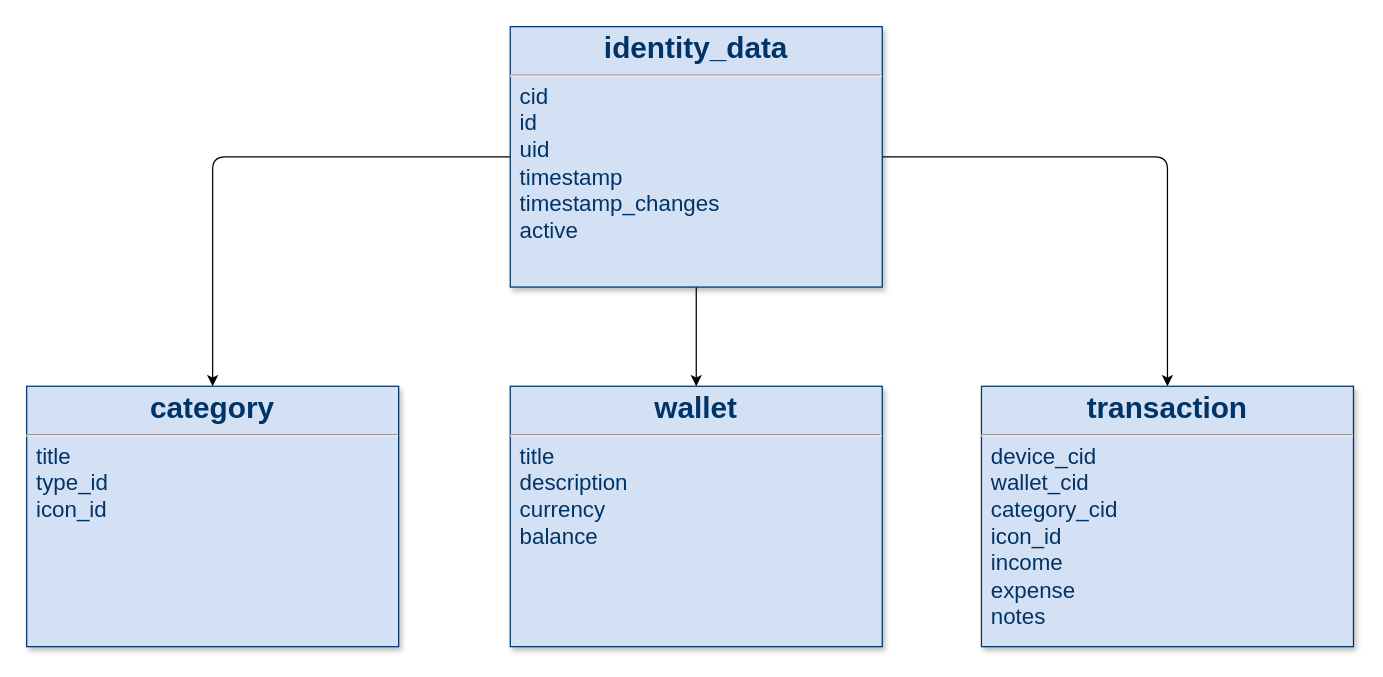
The draw.io diagram keepersy_client.drawio in fits91/schemas, before the edit. Source tidied: cells renumbered, new cells numbered last; positions are measured from the earlier drawing's top-left corner, leaving out a move shared by most shapes. Both pictures are drawn from the tidied source at 124%, with x=0, y=0 at pixel (26, 26).
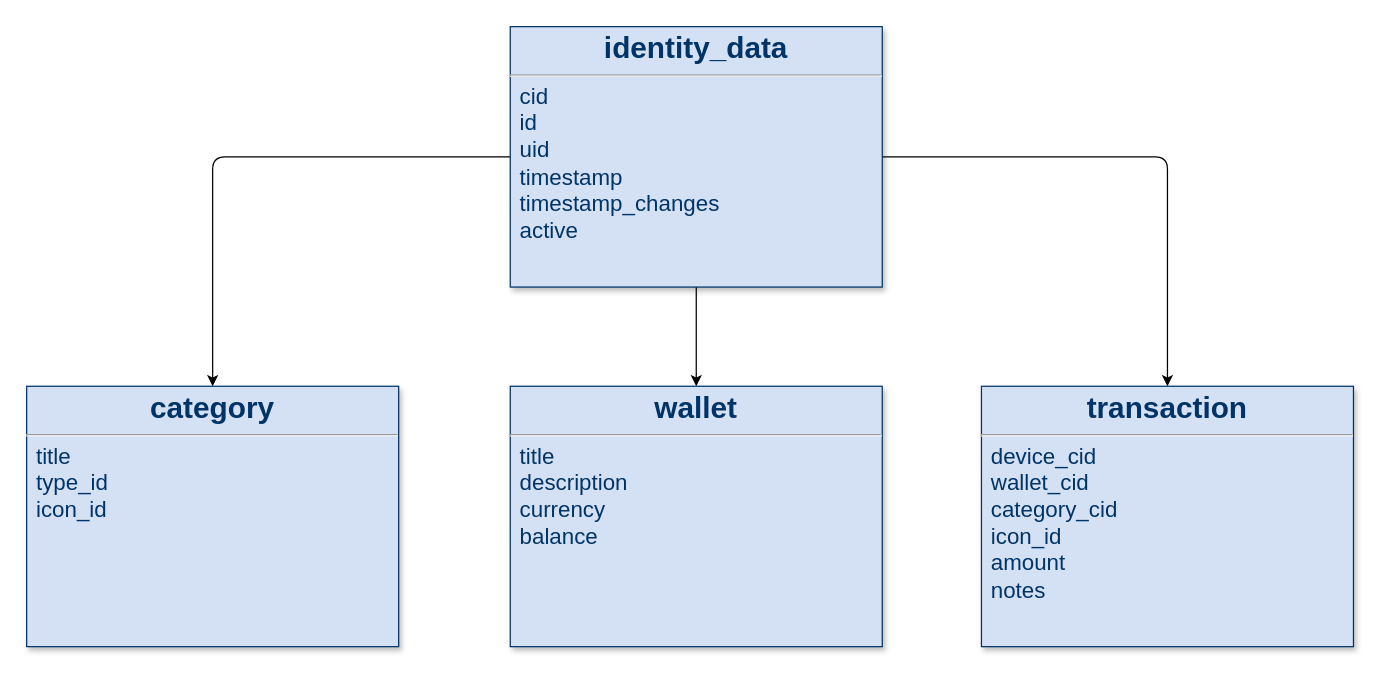
The same page after the edit.

Commit message:
change transaction field

Diff of the diagram source:
```diff
@@
 <mxGraphModel>
   <root>
     <mxCell id="0" />
     <mxCell id="1" parent="0" />
     <mxCell id="2" style="edgeStyle=orthogonalEdgeStyle;rounded=1;jettySize=auto;html=1;fontSize=18;" parent="1" edge="1" source="5" target="6">
       <mxGeometry relative="1" as="geometry" />
     </mxCell>
     <mxCell id="3" style="edgeStyle=orthogonalEdgeStyle;rounded=1;jettySize=auto;html=1;fontSize=18;" parent="1" edge="1" source="5" target="7">
       <mxGeometry relative="1" as="geometry" />
     </mxCell>
     <mxCell id="4" style="edgeStyle=orthogonalEdgeStyle;rounded=1;jettySize=auto;html=1;fontSize=18;" parent="1" edge="1" source="5" target="8">
       <mxGeometry relative="1" as="geometry" />
     </mxCell>
     <mxCell id="5" value="&lt;p style=&quot;margin: 4px 0px 0px ; text-align: center&quot;&gt;&lt;strong&gt;&lt;font style=&quot;font-size: 24px&quot;&gt;identity_data&lt;/font&gt;&lt;/strong&gt;&lt;/p&gt;&lt;hr&gt;&lt;p style=&quot;margin: 0px ; margin-left: 8px&quot;&gt;&lt;font style=&quot;font-size: 18px&quot;&gt;cid&lt;/font&gt;&lt;/p&gt;&lt;p style=&quot;margin: 0px ; margin-left: 8px&quot;&gt;&lt;font style=&quot;font-size: 18px&quot;&gt;id&lt;/font&gt;&lt;/p&gt;&lt;p style=&quot;margin: 0px ; margin-left: 8px&quot;&gt;&lt;font style=&quot;font-size: 18px&quot;&gt;uid&amp;nbsp;&lt;/font&gt;&lt;/p&gt;&lt;p style=&quot;margin: 0px ; margin-left: 8px&quot;&gt;&lt;font style=&quot;font-size: 18px&quot;&gt;timestamp&lt;/font&gt;&lt;/p&gt;&lt;p style=&quot;margin: 0px ; margin-left: 8px&quot;&gt;&lt;font style=&quot;font-size: 18px&quot;&gt;timestamp_changes&lt;/font&gt;&lt;/p&gt;&lt;p style=&quot;margin: 0px ; margin-left: 8px&quot;&gt;&lt;font style=&quot;font-size: 18px&quot;&gt;active&lt;/font&gt;&lt;/p&gt;&lt;p style=&quot;margin: 0px ; margin-left: 8px&quot;&gt;&lt;font size=&quot;3&quot;&gt;&lt;br&gt;&lt;/font&gt;&lt;/p&gt;" style="verticalAlign=top;align=left;overflow=fill;fontSize=12;fontFamily=Helvetica;html=1;strokeColor=#003366;shadow=1;fillColor=#D4E1F5;fontColor=#003366;" parent="1" vertex="1">
       <mxGeometry x="390" width="300" height="210" as="geometry" />
     </mxCell>
     <mxCell id="6" value="&lt;p style=&quot;margin: 4px 0px 0px ; text-align: center&quot;&gt;&lt;strong&gt;&lt;font style=&quot;font-size: 24px&quot;&gt;category&lt;/font&gt;&lt;/strong&gt;&lt;/p&gt;&lt;hr&gt;&lt;p style=&quot;margin: 0px ; margin-left: 8px&quot;&gt;&lt;font size=&quot;4&quot;&gt;title&amp;nbsp;&lt;/font&gt;&lt;/p&gt;&lt;p style=&quot;margin: 0px ; margin-left: 8px&quot;&gt;&lt;font size=&quot;4&quot;&gt;type_id&lt;/font&gt;&lt;/p&gt;&lt;p style=&quot;margin: 0px ; margin-left: 8px&quot;&gt;&lt;font size=&quot;4&quot;&gt;icon_id&lt;/font&gt;&lt;/p&gt;&lt;p style=&quot;margin: 0px ; margin-left: 8px&quot;&gt;&lt;font size=&quot;3&quot;&gt;&lt;br&gt;&lt;/font&gt;&lt;/p&gt;" style="verticalAlign=top;align=left;overflow=fill;fontSize=12;fontFamily=Helvetica;html=1;strokeColor=#003366;shadow=1;fillColor=#D4E1F5;fontColor=#003366;" parent="1" vertex="1">
       <mxGeometry y="290" width="300" height="210" as="geometry" />
     </mxCell>
     <mxCell id="7" value="&lt;p style=&quot;margin: 4px 0px 0px ; text-align: center&quot;&gt;&lt;strong&gt;&lt;font style=&quot;font-size: 24px&quot;&gt;wallet&lt;/font&gt;&lt;/strong&gt;&lt;/p&gt;&lt;hr&gt;&lt;p style=&quot;margin: 0px ; margin-left: 8px&quot;&gt;&lt;font size=&quot;4&quot;&gt;title&lt;/font&gt;&lt;/p&gt;&lt;p style=&quot;margin: 0px ; margin-left: 8px&quot;&gt;&lt;font size=&quot;4&quot;&gt;description&lt;/font&gt;&lt;/p&gt;&lt;p style=&quot;margin: 0px ; margin-left: 8px&quot;&gt;&lt;font size=&quot;4&quot;&gt;currency&lt;/font&gt;&lt;/p&gt;&lt;p style=&quot;margin: 0px ; margin-left: 8px&quot;&gt;&lt;font size=&quot;4&quot;&gt;balance&lt;/font&gt;&lt;/p&gt;&lt;p style=&quot;margin: 0px ; margin-left: 8px&quot;&gt;&lt;font size=&quot;3&quot;&gt;&lt;br&gt;&lt;/font&gt;&lt;/p&gt;" style="verticalAlign=top;align=left;overflow=fill;fontSize=12;fontFamily=Helvetica;html=1;strokeColor=#003366;shadow=1;fillColor=#D4E1F5;fontColor=#003366;" parent="1" vertex="1">
       <mxGeometry x="390" y="290" width="300" height="210" as="geometry" />
     </mxCell>
-    <mxCell id="8" value="&lt;p style=&quot;margin: 4px 0px 0px ; text-align: center&quot;&gt;&lt;strong&gt;&lt;font style=&quot;font-size: 24px&quot;&gt;transaction&lt;/font&gt;&lt;/strong&gt;&lt;/p&gt;&lt;hr&gt;&lt;p style=&quot;margin: 0px ; margin-left: 8px&quot;&gt;&lt;font size=&quot;4&quot;&gt;device_cid&lt;/font&gt;&lt;/p&gt;&lt;p style=&quot;margin: 0px ; margin-left: 8px&quot;&gt;&lt;font size=&quot;4&quot;&gt;wallet_cid&lt;/font&gt;&lt;/p&gt;&lt;p style=&quot;margin: 0px ; margin-left: 8px&quot;&gt;&lt;font size=&quot;4&quot;&gt;category_cid&lt;/font&gt;&lt;br&gt;&lt;/p&gt;&lt;p style=&quot;margin: 0px ; margin-left: 8px&quot;&gt;&lt;font size=&quot;4&quot;&gt;icon_id&lt;br&gt;&lt;/font&gt;&lt;/p&gt;&lt;p style=&quot;margin: 0px ; margin-left: 8px&quot;&gt;&lt;font size=&quot;4&quot;&gt;income&lt;/font&gt;&lt;/p&gt;&lt;p style=&quot;margin: 0px ; margin-left: 8px&quot;&gt;&lt;font size=&quot;4&quot;&gt;expense&lt;/font&gt;&lt;/p&gt;&lt;p style=&quot;margin: 0px ; margin-left: 8px&quot;&gt;&lt;font size=&quot;4&quot;&gt;notes&lt;/font&gt;&lt;/p&gt;&lt;p style=&quot;margin: 0px ; margin-left: 8px&quot;&gt;&lt;font size=&quot;3&quot;&gt;&lt;br&gt;&lt;/font&gt;&lt;/p&gt;" style="verticalAlign=top;align=left;overflow=fill;fontSize=12;fontFamily=Helvetica;html=1;strokeColor=#003366;shadow=1;fillColor=#D4E1F5;fontColor=#003366;" parent="1" vertex="1">
+    <mxCell id="8" value="&lt;p style=&quot;margin: 4px 0px 0px ; text-align: center&quot;&gt;&lt;strong&gt;&lt;font style=&quot;font-size: 24px&quot;&gt;transaction&lt;/font&gt;&lt;/strong&gt;&lt;/p&gt;&lt;hr&gt;&lt;p style=&quot;margin: 0px ; margin-left: 8px&quot;&gt;&lt;font size=&quot;4&quot;&gt;device_cid&lt;/font&gt;&lt;/p&gt;&lt;p style=&quot;margin: 0px ; margin-left: 8px&quot;&gt;&lt;font size=&quot;4&quot;&gt;wallet_cid&lt;/font&gt;&lt;/p&gt;&lt;p style=&quot;margin: 0px ; margin-left: 8px&quot;&gt;&lt;font size=&quot;4&quot;&gt;category_cid&lt;/font&gt;&lt;br&gt;&lt;/p&gt;&lt;p style=&quot;margin: 0px ; margin-left: 8px&quot;&gt;&lt;font size=&quot;4&quot;&gt;icon_id&lt;br&gt;&lt;/font&gt;&lt;/p&gt;&lt;p style=&quot;margin: 0px ; margin-left: 8px&quot;&gt;&lt;font size=&quot;4&quot;&gt;amount&lt;/font&gt;&lt;/p&gt;&lt;p style=&quot;margin: 0px ; margin-left: 8px&quot;&gt;&lt;font size=&quot;4&quot;&gt;notes&lt;/font&gt;&lt;/p&gt;&lt;p style=&quot;margin: 0px ; margin-left: 8px&quot;&gt;&lt;font size=&quot;3&quot;&gt;&lt;br&gt;&lt;/font&gt;&lt;/p&gt;" style="verticalAlign=top;align=left;overflow=fill;fontSize=12;fontFamily=Helvetica;html=1;strokeColor=#003366;shadow=1;fillColor=#D4E1F5;fontColor=#003366;" parent="1" vertex="1">
       <mxGeometry x="770" y="290" width="300" height="210" as="geometry" />
     </mxCell>
   </root>
 </mxGraphModel>
```
